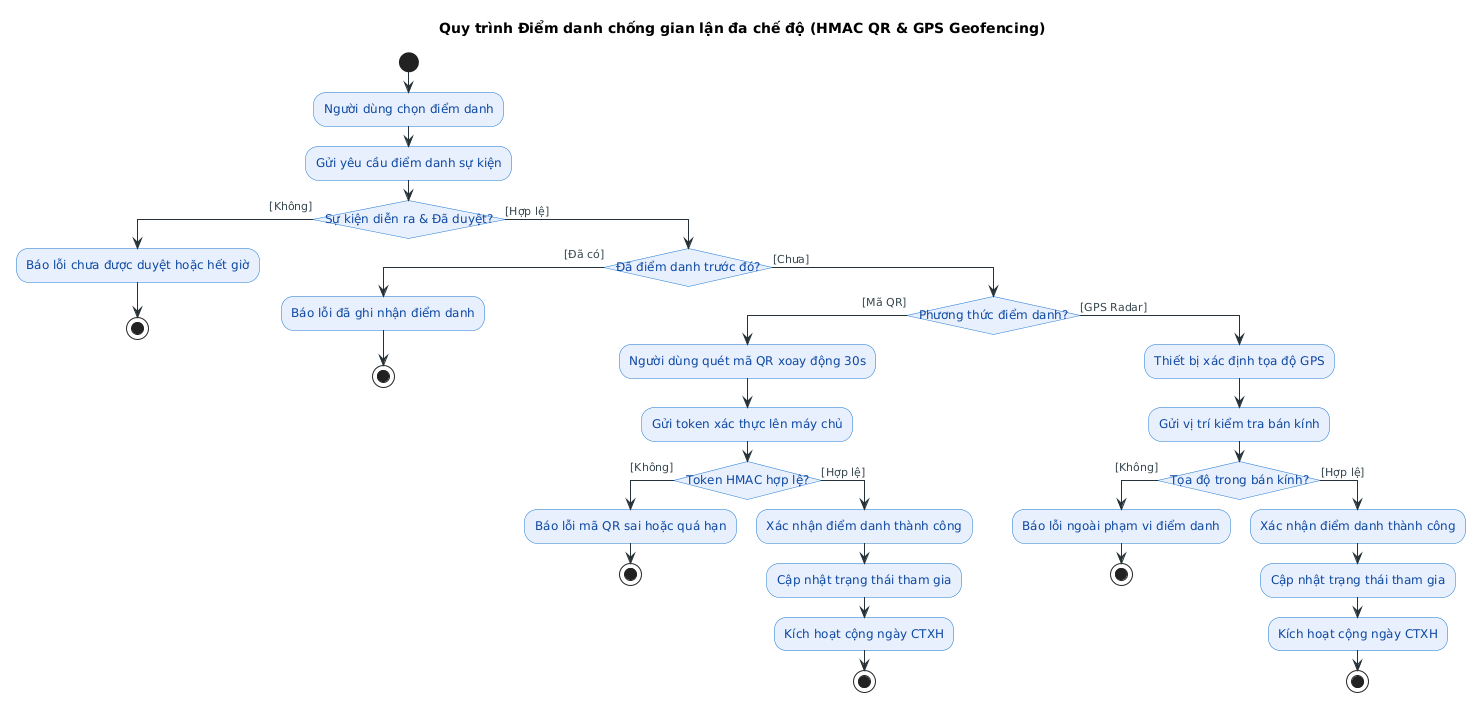
Above: bao-cao/Images/activity-diem-danh-da-che-do.png in davenguyen-learn/uniconnect (PlantUML), before the change. Source of this version:
```plantuml
@startuml
skinparam backgroundColor #FFFFFF
skinparam shadowing false
skinparam defaultFontName "Noto Sans, Arial, sans-serif"
skinparam defaultFontSize 12
skinparam arrowColor #263238
skinparam arrowFontColor #37474F
skinparam arrowFontSize 11
skinparam activityBackgroundColor #E8F0FE
skinparam activityBorderColor #1976D2
skinparam activityFontColor #0D47A1
skinparam activityFontSize 12
skinparam activityRoundCorner 8
skinparam conditionStyle insideDiamond
skinparam ConditionEndStyle none
skinparam conditionBackgroundColor #FFF8E1
skinparam conditionBorderColor #FFA000
skinparam conditionFontColor #B78103
skinparam conditionFontSize 11

title Quy trình Điểm danh chống gian lận đa chế độ (HMAC QR & GPS Geofencing)

start
:Người dùng chọn điểm danh;
:Gửi yêu cầu điểm danh sự kiện;

if (Sự kiện diễn ra & Đã duyệt?) then ([Không])
  :Báo lỗi chưa được duyệt hoặc hết giờ;
  stop
else ([Hợp lệ])
  if (Đã điểm danh trước đó?) then ([Đã có])
    :Báo lỗi đã ghi nhận điểm danh;
    stop
  else ([Chưa])
    if (Phương thức điểm danh?) then ([Mã QR])
      :Người dùng quét mã QR xoay động 30s;
      :Gửi token xác thực lên máy chủ;
      if (Token HMAC hợp lệ?) then ([Không])
        :Báo lỗi mã QR sai hoặc quá hạn;
        stop
      else ([Hợp lệ])
        :Xác nhận điểm danh thành công;
        :Cập nhật trạng thái tham gia;
        :Kích hoạt cộng ngày CTXH;
        stop
      endif
    else ([GPS Radar])
      :Thiết bị xác định tọa độ GPS;
      :Gửi vị trí kiểm tra bán kính;
      if (Tọa độ trong bán kính?) then ([Không])
        :Báo lỗi ngoài phạm vi điểm danh;
        stop
      else ([Hợp lệ])
        :Xác nhận điểm danh thành công;
        :Cập nhật trạng thái tham gia;
        :Kích hoạt cộng ngày CTXH;
        stop
      endif
    endif
  endif
endif
@enduml
```
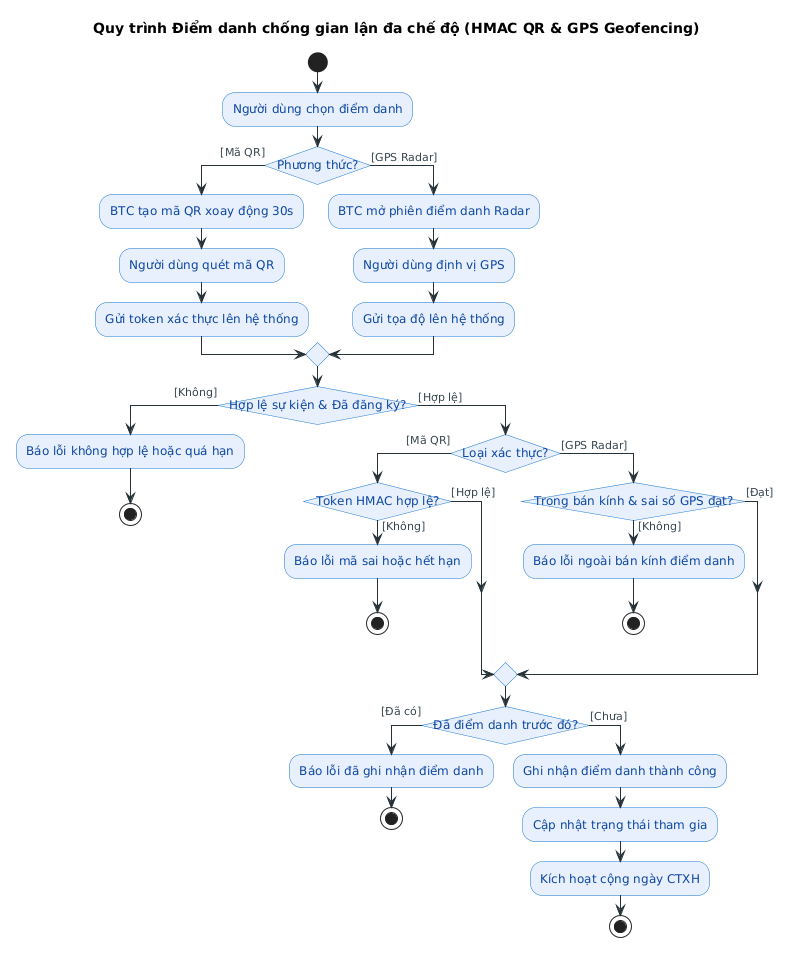
Later version of the same file.

Commit message:
fix(thesis): fix TOC subsubsection for chatbot UC, update diagram counts and attendance diagram layout

Diff of the diagram source:
```diff
@@ -22,41 +22,43 @@
 
 start
 :Người dùng chọn điểm danh;
-:Gửi yêu cầu điểm danh sự kiện;
 
-if (Sự kiện diễn ra & Đã duyệt?) then ([Không])
-  :Báo lỗi chưa được duyệt hoặc hết giờ;
+if (Phương thức?) then ([Mã QR])
+  :BTC tạo mã QR xoay động 30s;
+  :Người dùng quét mã QR;
+  :Gửi token xác thực lên hệ thống;
+else ([GPS Radar])
+  :BTC mở phiên điểm danh Radar;
+  :Người dùng định vị GPS;
+  :Gửi tọa độ lên hệ thống;
+endif
+
+if (Hợp lệ sự kiện & Đã đăng ký?) then ([Không])
+  :Báo lỗi không hợp lệ hoặc quá hạn;
   stop
 else ([Hợp lệ])
+  if (Loại xác thực?) then ([Mã QR])
+    if (Token HMAC hợp lệ?) then ([Không])
+      :Báo lỗi mã sai hoặc hết hạn;
+      stop
+    else ([Hợp lệ])
+    endif
+  else ([GPS Radar])
+    if (Trong bán kính & sai số GPS đạt?) then ([Không])
+      :Báo lỗi ngoài bán kính điểm danh;
+      stop
+    else ([Đạt])
+    endif
+  endif
+
   if (Đã điểm danh trước đó?) then ([Đã có])
     :Báo lỗi đã ghi nhận điểm danh;
     stop
   else ([Chưa])
-    if (Phương thức điểm danh?) then ([Mã QR])
-      :Người dùng quét mã QR xoay động 30s;
-      :Gửi token xác thực lên máy chủ;
-      if (Token HMAC hợp lệ?) then ([Không])
-        :Báo lỗi mã QR sai hoặc quá hạn;
-        stop
-      else ([Hợp lệ])
-        :Xác nhận điểm danh thành công;
-        :Cập nhật trạng thái tham gia;
-        :Kích hoạt cộng ngày CTXH;
-        stop
-      endif
-    else ([GPS Radar])
-      :Thiết bị xác định tọa độ GPS;
-      :Gửi vị trí kiểm tra bán kính;
-      if (Tọa độ trong bán kính?) then ([Không])
-        :Báo lỗi ngoài phạm vi điểm danh;
-        stop
-      else ([Hợp lệ])
-        :Xác nhận điểm danh thành công;
-        :Cập nhật trạng thái tham gia;
-        :Kích hoạt cộng ngày CTXH;
-        stop
-      endif
-    endif
+    :Ghi nhận điểm danh thành công;
+    :Cập nhật trạng thái tham gia;
+    :Kích hoạt cộng ngày CTXH;
+    stop
   endif
 endif
 @enduml
```
